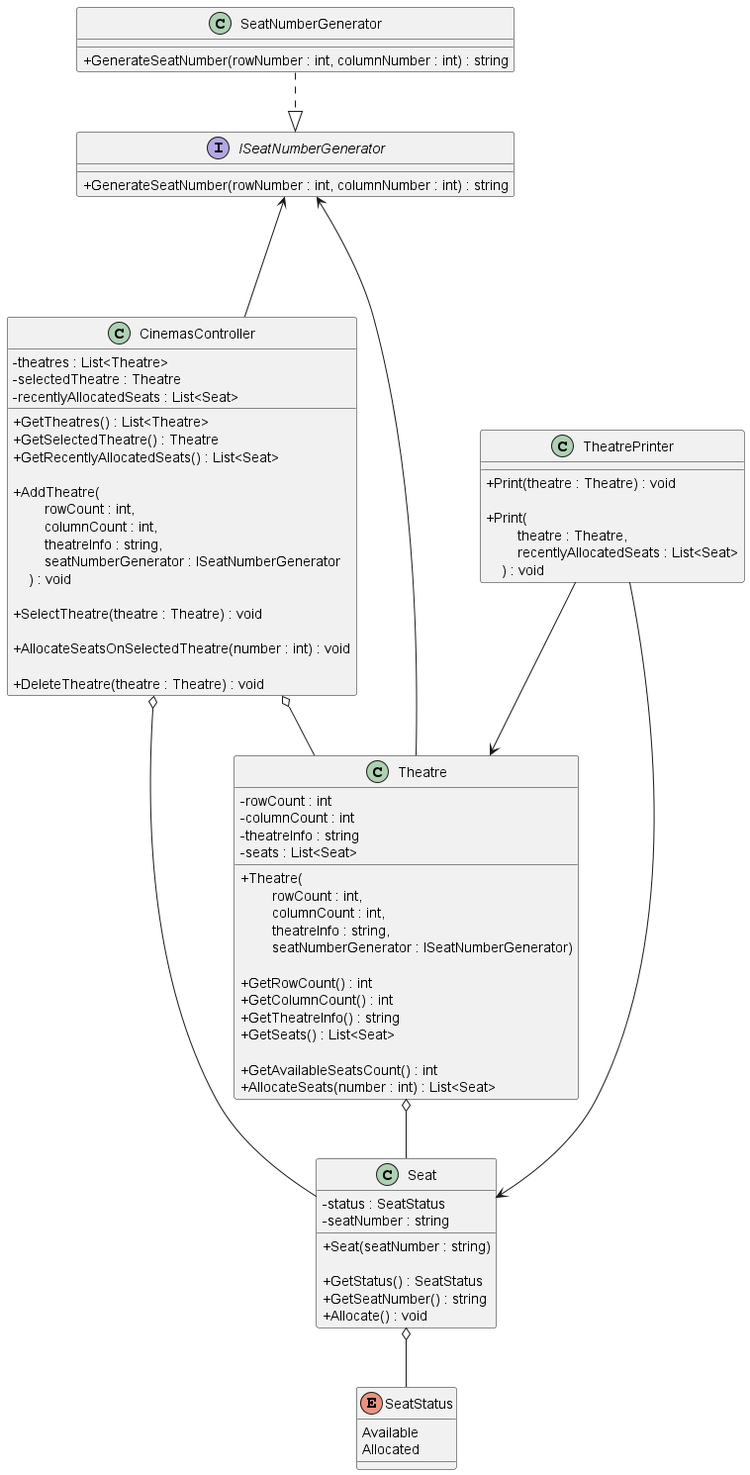
Before: diagrams/cinnamon cinemas.png, a diagram exported from PlantUML (iamfranco/CinnamonCinemasChallenge).
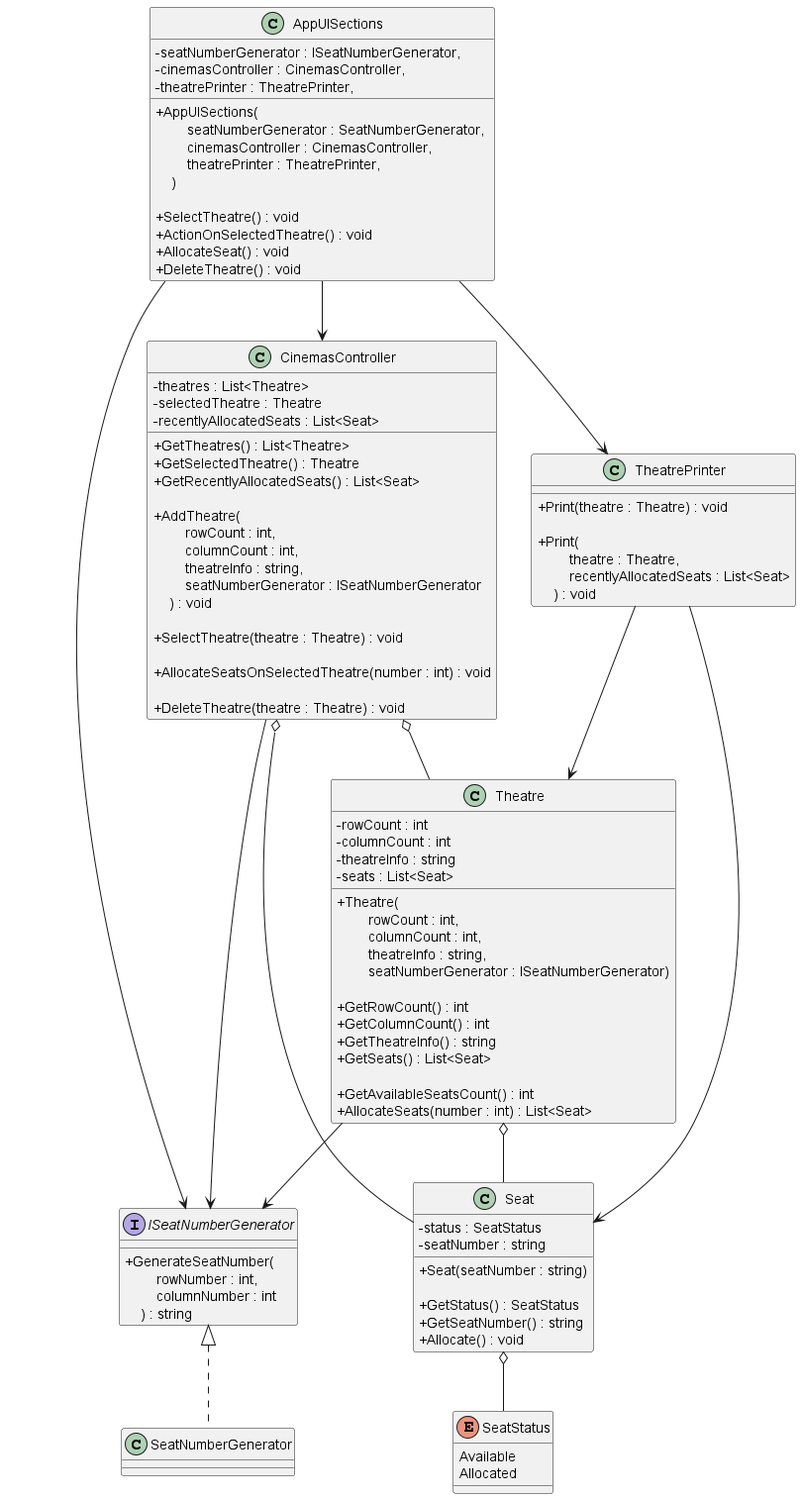
Above is the later version.

Commit message:
UML: add AppUISections class

Change to the diagram source:
```diff
@@ -1,5 +1,18 @@
 @startuml "cinnamon cinemas"
 skinparam ClassAttributeIconSize 0
+
+class AppUISections {
+    - seatNumberGenerator : ISeatNumberGenerator,
+    - cinemasController : CinemasController,
+    - theatrePrinter : TheatrePrinter,
+
+    + AppUISections( \n        seatNumberGenerator : SeatNumberGenerator, \n        cinemasController : CinemasController, \n        theatrePrinter : TheatrePrinter, \n    )
+
+    + SelectTheatre() : void
+    + ActionOnSelectedTheatre() : void
+    + AllocateSeat() : void
+    + DeleteTheatre() : void
+}
 
 class TheatrePrinter {
     + Print(theatre : Theatre) : void
@@ -8,11 +21,10 @@
 }
 
 interface ISeatNumberGenerator {
-    + GenerateSeatNumber(rowNumber : int, columnNumber : int) : string
+    + GenerateSeatNumber(\n        rowNumber : int, \n        columnNumber : int \n    ) : string
 }
 
 class SeatNumberGenerator {
-    + GenerateSeatNumber(rowNumber : int, columnNumber : int) : string
 }
 
 class CinemasController {
@@ -66,17 +78,21 @@
     Allocated
 }
 
+AppUISections --> ISeatNumberGenerator
+AppUISections --> CinemasController
+AppUISections --> TheatrePrinter
+
 CinemasController o-- Theatre
 CinemasController o--- Seat
-CinemasController --u-> ISeatNumberGenerator
+CinemasController --> ISeatNumberGenerator
 
 TheatrePrinter --> Theatre
 TheatrePrinter ---> Seat
 
 Theatre o-- Seat
-Theatre --u-> ISeatNumberGenerator
+Theatre --> ISeatNumberGenerator
 
-ISeatNumberGenerator <|.u. SeatNumberGenerator
+ISeatNumberGenerator <|.. SeatNumberGenerator
 
 Seat o-- SeatStatus
 
```
